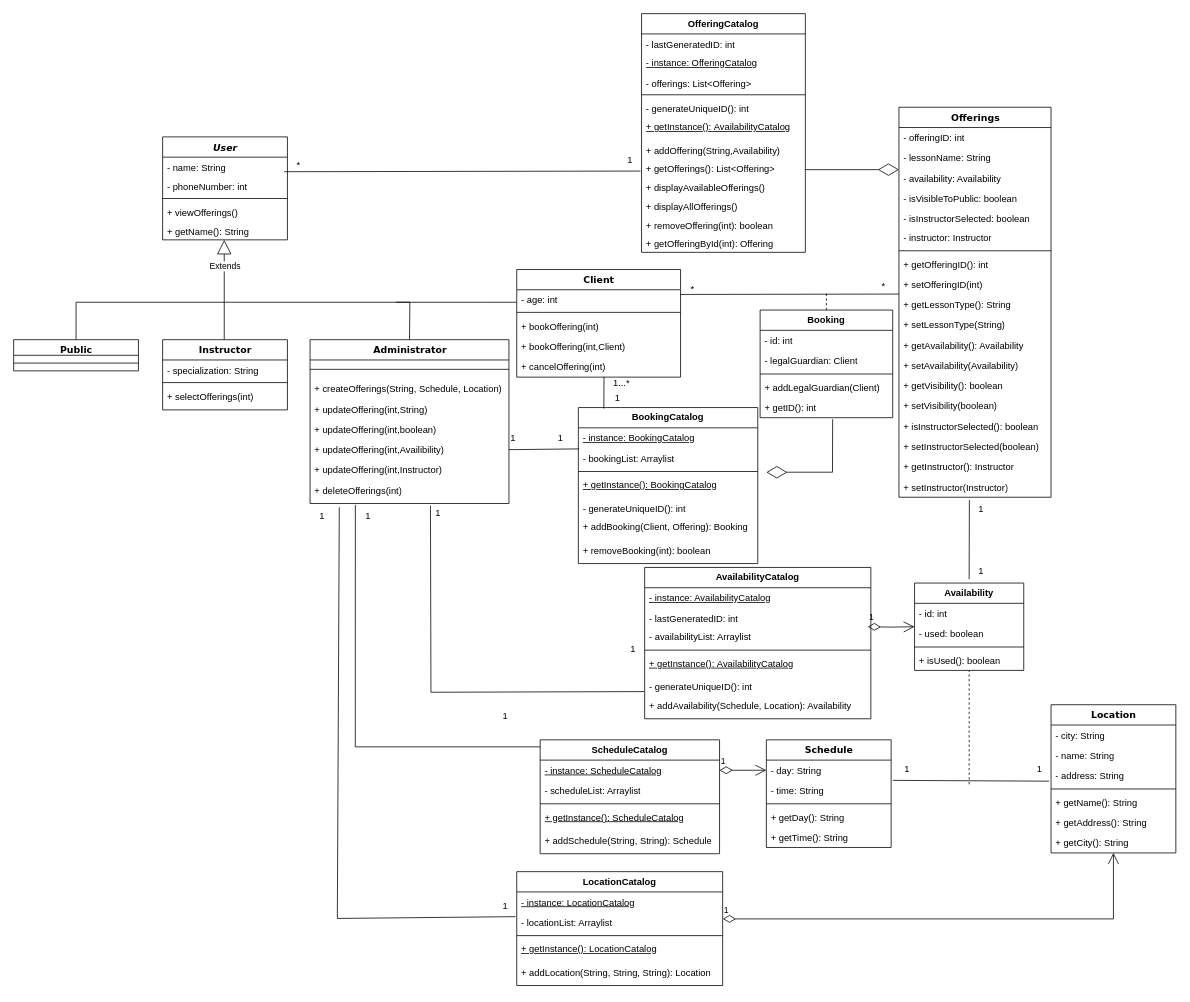
Earlier version of the draw.io diagram iteration 3/drawio files for the artifacts/UML_Class_Diagram_Process_Bookings.drawio (codedsami/SOEN-342-Project). Source tidied: cells renumbered, new cells numbered last; positions are measured from the earlier drawing's top-left corner, leaving out a move shared by most shapes. Both pictures are drawn from the tidied source at 78%, with x=0, y=0 at pixel (13, 13).
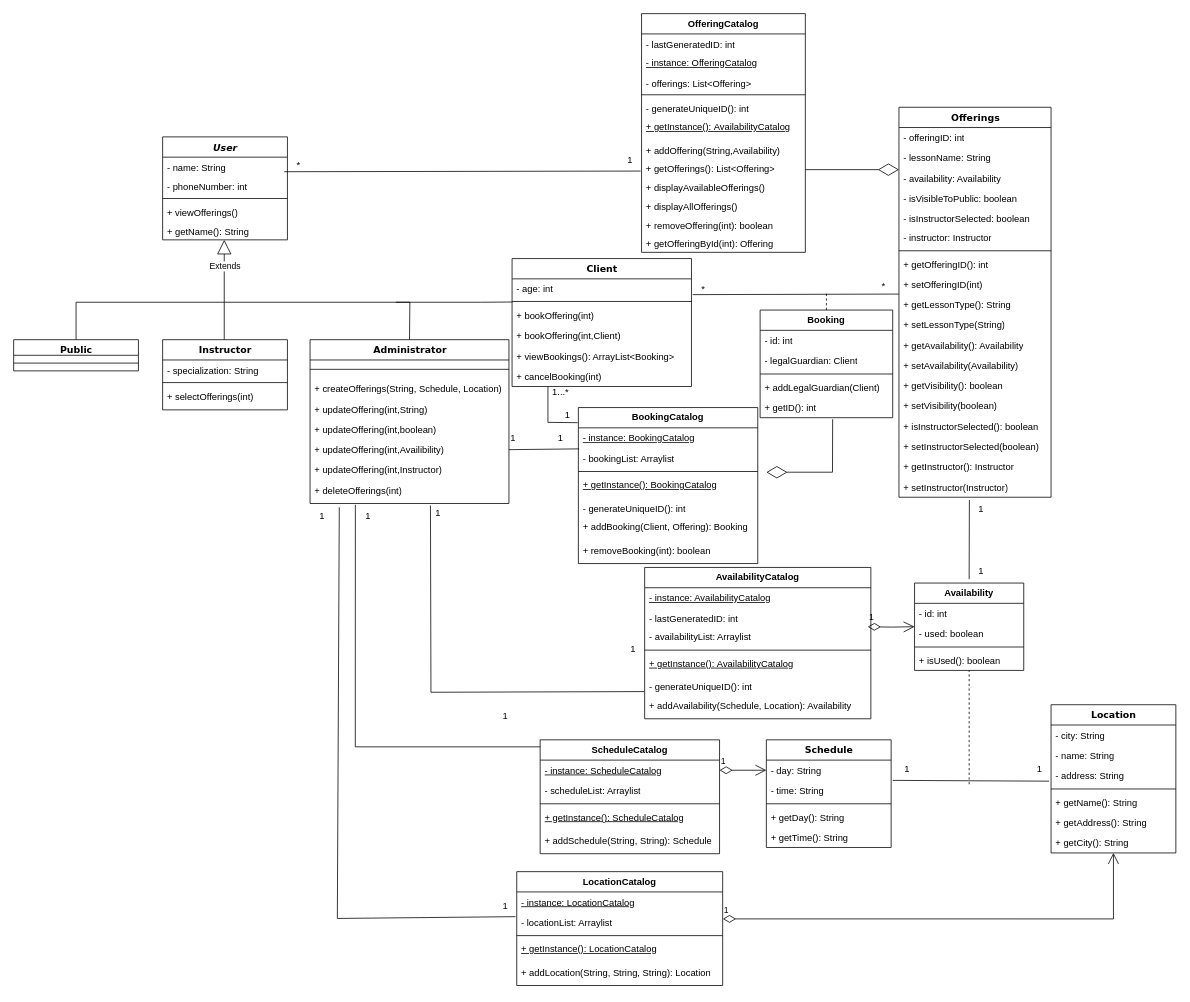
The same diagram, later.

Commit message (it also covers changes not shown here):
added view booking method to class diagram

Unchanged cells that the change refers to:
```xml
<mxCell id="12" value="+ getLessonType(): String" style="text;html=1;strokeColor=none;fillColor=none;align=left;verticalAlign=top;spacingLeft=4;spacingRight=4;whiteSpace=wrap;overflow=hidden;points=[[0,0.5],[1,0.5]];portConstraint=eastwest;" parent="2" vertex="1">
  <mxGeometry y="240" width="195" height="26" as="geometry" />
</mxCell>
<mxCell id="140" value="&lt;b&gt;BookingCatalog&lt;/b&gt;" style="swimlane;fontStyle=0;horizontal=1;startSize=26;fillColor=none;whiteSpace=wrap;html=1;" parent="1" vertex="1">
  <mxGeometry x="724" y="505" width="230" height="200" as="geometry" />
</mxCell>
```

What changed in the source:
```diff
@@
     <mxCell id="105" value="Client" style="swimlane;html=1;fontStyle=1;align=center;verticalAlign=top;horizontal=1;startSize=26;swimlaneFillColor=#ffffff;rounded=0;shadow=0;comic=0;labelBackgroundColor=none;strokeWidth=1;fillColor=none;fontFamily=Verdana;fontSize=12;" parent="1" vertex="1">
-      <mxGeometry x="645" y="328" width="210" height="138" as="geometry" />
+      <mxGeometry x="639" y="314" width="230" height="164" as="geometry" />
     </mxCell>
     <mxCell id="106" value="- age: int" style="text;html=1;strokeColor=none;fillColor=none;align=left;verticalAlign=top;spacingLeft=4;spacingRight=4;whiteSpace=wrap;overflow=hidden;points=[[0,0.5],[1,0.5]];portConstraint=eastwest;" parent="105" vertex="1">
-      <mxGeometry y="26" width="210" height="24" as="geometry" />
+      <mxGeometry y="26" width="230" height="24" as="geometry" />
     </mxCell>
     <mxCell id="107" style="line;html=1;strokeWidth=1;fillColor=none;align=left;verticalAlign=middle;spacingTop=-1;spacingLeft=3;spacingRight=3;labelPosition=right;points=[];portConstraint=eastwest;" parent="105" vertex="1">
-      <mxGeometry y="50" width="210" height="10" as="geometry" />
+      <mxGeometry y="50" width="230" height="10" as="geometry" />
     </mxCell>
     <mxCell id="108" value="&lt;div&gt;+ bookOffering(int)&lt;/div&gt;&lt;div&gt;&lt;br&gt;&lt;/div&gt;" style="text;html=1;strokeColor=none;fillColor=none;align=left;verticalAlign=top;spacingLeft=4;spacingRight=4;whiteSpace=wrap;overflow=hidden;" parent="105" vertex="1">
-      <mxGeometry y="60" width="210" height="26" as="geometry" />
+      <mxGeometry y="60" width="230" height="26" as="geometry" />
     </mxCell>
     <mxCell id="109" value="&lt;div&gt;+ bookOffering(int,Client)&lt;/div&gt;&lt;div&gt;&lt;br&gt;&lt;/div&gt;" style="text;html=1;strokeColor=none;fillColor=none;align=left;verticalAlign=top;spacingLeft=4;spacingRight=4;whiteSpace=wrap;overflow=hidden;" parent="105" vertex="1">
-      <mxGeometry y="86" width="210" height="26" as="geometry" />
+      <mxGeometry y="86" width="230" height="26" as="geometry" />
     </mxCell>
+    <mxCell id="153" value="&lt;div&gt;+ viewBookings(): ArrayList&amp;lt;Booking&amp;gt;&lt;/div&gt;&lt;div&gt;&lt;br&gt;&lt;/div&gt;" style="text;html=1;strokeColor=none;fillColor=none;align=left;verticalAlign=top;spacingLeft=4;spacingRight=4;whiteSpace=wrap;overflow=hidden;" parent="105" vertex="1">
+      <mxGeometry y="112" width="230" height="26" as="geometry" />
+    </mxCell>
-    <mxCell id="110" value="&lt;div&gt;+ cancelOffering(int)&lt;/div&gt;&lt;div&gt;&lt;br&gt;&lt;/div&gt;" style="text;html=1;strokeColor=none;fillColor=none;align=left;verticalAlign=top;spacingLeft=4;spacingRight=4;whiteSpace=wrap;overflow=hidden;" parent="105" vertex="1">
-      <mxGeometry y="112" width="210" height="26" as="geometry" />
+    <mxCell id="110" value="&lt;div&gt;+ cancelBooking(int)&lt;/div&gt;&lt;div&gt;&lt;br&gt;&lt;/div&gt;" style="text;html=1;strokeColor=none;fillColor=none;align=left;verticalAlign=top;spacingLeft=4;spacingRight=4;whiteSpace=wrap;overflow=hidden;" parent="105" vertex="1">
+      <mxGeometry y="138" width="230" height="26" as="geometry" />
     </mxCell>
-    <mxCell id="111" style="endArrow=none;html=1;rounded=0;" parent="1" edge="1">
+    <mxCell id="111" style="endArrow=none;html=1;rounded=0;exitX=0.002;exitY=0.57;exitDx=0;exitDy=0;exitPerimeter=0;" parent="1" edge="1" source="107">
       <mxGeometry relative="1" as="geometry">
-        <mxPoint x="645" y="370" as="sourcePoint" />
         <mxPoint x="490" y="370" as="targetPoint" />
         <Array as="points">
           <mxPoint x="600" y="370" />
         </Array>
       </mxGeometry>
     </mxCell>
-    <mxCell id="112" style="endArrow=none;html=1;rounded=0;entryX=-0.001;entryY=-0.019;entryDx=0;entryDy=0;entryPerimeter=0;" parent="1" edge="1" target="12">
-      <mxGeometry relative="1" as="geometry">
-        <mxPoint x="855" y="360" as="sourcePoint" />
-      </mxGeometry>
+    <mxCell id="112" style="endArrow=none;html=1;rounded=0;entryX=-0.001;entryY=-0.019;entryDx=0;entryDy=0;entryPerimeter=0;exitX=1.007;exitY=0.843;exitDx=0;exitDy=0;exitPerimeter=0;" parent="1" edge="1" source="106" target="12">
+      <mxGeometry relative="1" as="geometry" />
     </mxCell>
@@
-    <mxCell id="148" style="endArrow=none;html=1;rounded=0;entryX=-0.054;entryY=0.223;entryDx=0;entryDy=0;entryPerimeter=0;exitX=0.142;exitY=0.006;exitDx=0;exitDy=0;exitPerimeter=0;" parent="1" edge="1" source="140" target="149">
-      <mxGeometry relative="1" as="geometry" />
+    <mxCell id="148" style="endArrow=none;html=1;rounded=0;entryX=0.1;entryY=0.267;entryDx=0;entryDy=0;entryPerimeter=0;exitX=-0.004;exitY=0.097;exitDx=0;exitDy=0;exitPerimeter=0;" parent="1" edge="1" source="140" target="149">
+      <mxGeometry relative="1" as="geometry">
+        <Array as="points">
+          <mxPoint x="685" y="524" />
+        </Array>
+      </mxGeometry>
     </mxCell>
     <mxCell id="149" value="1...*" style="text;html=1;align=center;verticalAlign=middle;points=[];strokeColor=none;fillColor=none;" parent="1" vertex="1">
-      <mxGeometry x="759" y="459" width="40" height="30" as="geometry" />
+      <mxGeometry x="681" y="470" width="40" height="30" as="geometry" />
     </mxCell>
     <mxCell id="150" value="1" style="text;html=1;align=center;verticalAlign=middle;strokeColor=none;fillColor=none;" parent="1" vertex="1">
-      <mxGeometry x="759" y="478" width="30" height="30" as="geometry" />
+      <mxGeometry x="695" y="500" width="30" height="30" as="geometry" />
     </mxCell>
     <mxCell id="151" value="*" style="text;html=1;align=center;verticalAlign=middle;strokeColor=none;fillColor=none;" parent="1" vertex="1">
-      <mxGeometry x="855" y="338" width="30" height="30" as="geometry" />
+      <mxGeometry x="869" y="338" width="30" height="30" as="geometry" />
     </mxCell>
```
